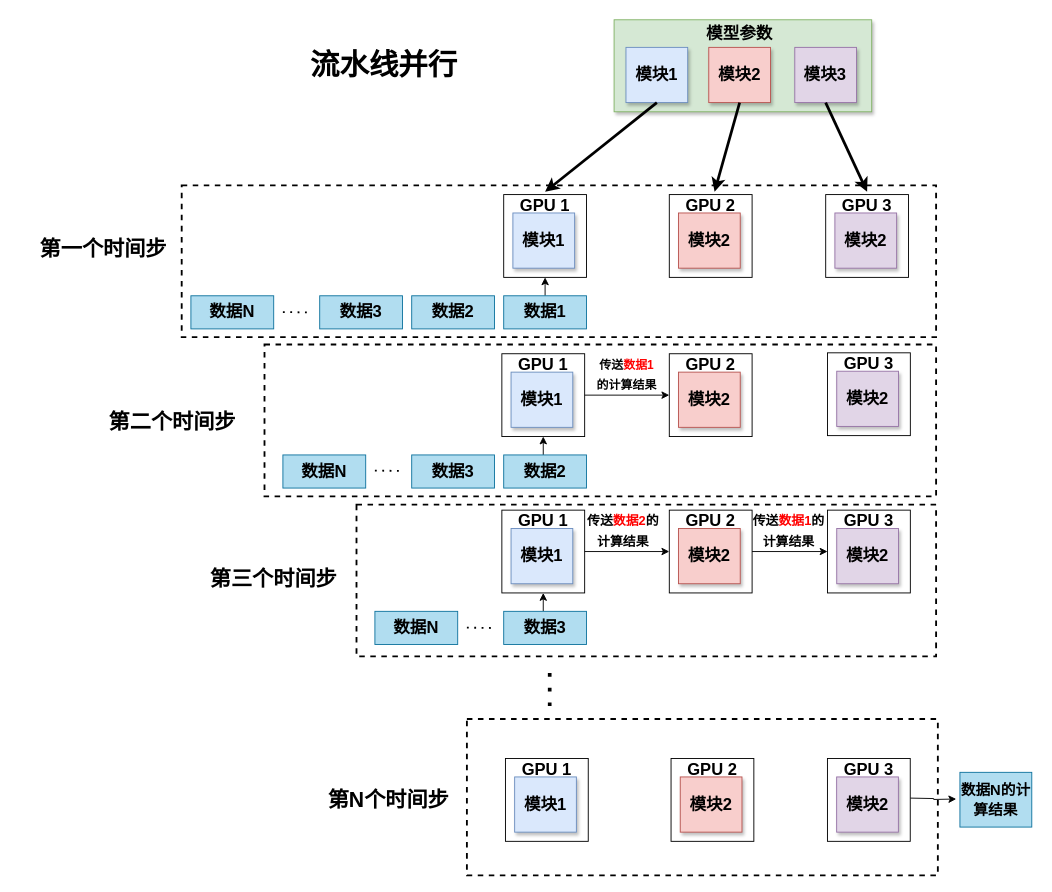
Before: assets/流水线并行.drawio in ShizhongP/dl-notes, a draw.io diagram. Source tidied: cells renumbered, new cells numbered last; positions are measured from the earlier drawing's top-left corner, leaving out a move shared by most shapes. Both pictures are drawn from the tidied source at 92%, with x=0, y=0 at pixel (16, 19).
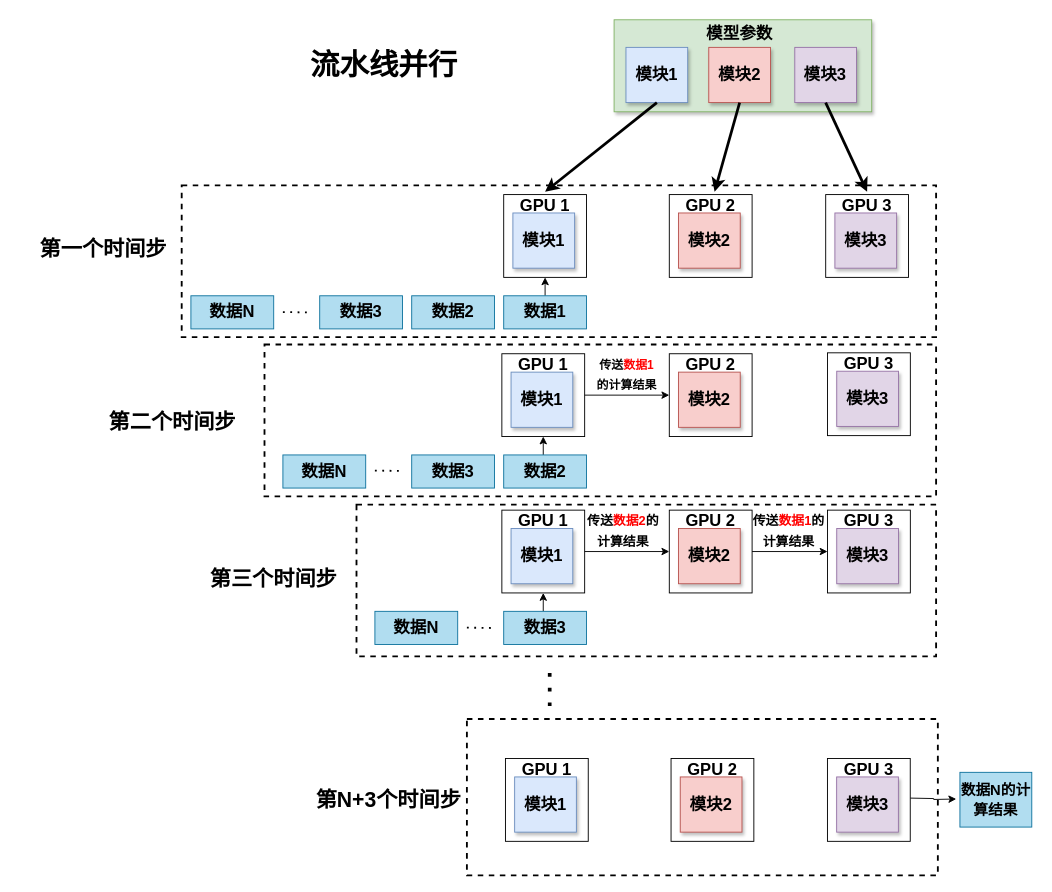
Above is the later version.

Commit message:
更新流水线并行.drawio

The change refers to these unchanged cells:
```xml
<mxCell id="24" style="group;fontSize=18;" parent="1" vertex="1">
  <mxGeometry x="880" y="187" width="90" height="93" as="geometry" />
</mxCell>
<mxCell id="40" style="group;fontSize=18;" parent="1" vertex="1">
  <mxGeometry x="882" y="359" width="90" height="93" as="geometry" />
</mxCell>
<mxCell id="58" style="group;fontSize=18;" parent="1" vertex="1">
  <mxGeometry x="882" y="530" width="90" height="93" as="geometry" />
</mxCell>
<mxCell id="81" style="group;fontSize=18;" parent="1" vertex="1">
  <mxGeometry x="881.9" y="800" width="90" height="93" as="geometry" />
</mxCell>
```

What changed in the source:
```diff
@@
-    <mxCell id="26" value="&lt;b&gt;模块2&lt;/b&gt;" style="rounded=0;whiteSpace=wrap;html=1;fillColor=#e1d5e7;strokeColor=#9673a6;shadow=1;fontSize=18;" parent="24" vertex="1">
+    <mxCell id="26" value="&lt;b&gt;模块3&lt;/b&gt;" style="rounded=0;whiteSpace=wrap;html=1;fillColor=#e1d5e7;strokeColor=#9673a6;shadow=1;fontSize=18;" parent="24" vertex="1">
       <mxGeometry x="10" y="23" width="67.1" height="60" as="geometry" />
     </mxCell>
@@
-    <mxCell id="42" value="&lt;b&gt;模块2&lt;/b&gt;" style="rounded=0;whiteSpace=wrap;html=1;fillColor=#e1d5e7;strokeColor=#9673a6;shadow=1;fontSize=18;" parent="40" vertex="1">
+    <mxCell id="42" value="&lt;b&gt;模块3&lt;/b&gt;" style="rounded=0;whiteSpace=wrap;html=1;fillColor=#e1d5e7;strokeColor=#9673a6;shadow=1;fontSize=18;" parent="40" vertex="1">
       <mxGeometry x="10" y="23" width="67.1" height="60" as="geometry" />
     </mxCell>
@@
-    <mxCell id="60" value="&lt;b&gt;模块2&lt;/b&gt;" style="rounded=0;whiteSpace=wrap;html=1;fillColor=#e1d5e7;strokeColor=#9673a6;shadow=1;fontSize=18;" parent="58" vertex="1">
+    <mxCell id="60" value="&lt;b&gt;模块3&lt;/b&gt;" style="rounded=0;whiteSpace=wrap;html=1;fillColor=#e1d5e7;strokeColor=#9673a6;shadow=1;fontSize=18;" parent="58" vertex="1">
       <mxGeometry x="10" y="23" width="67.1" height="60" as="geometry" />
     </mxCell>
@@
-    <mxCell id="84" value="&lt;b&gt;模块2&lt;/b&gt;" style="rounded=0;whiteSpace=wrap;html=1;fillColor=#e1d5e7;strokeColor=#9673a6;shadow=1;fontSize=18;" parent="81" vertex="1">
+    <mxCell id="84" value="&lt;b&gt;模块3&lt;/b&gt;" style="rounded=0;whiteSpace=wrap;html=1;fillColor=#e1d5e7;strokeColor=#9673a6;shadow=1;fontSize=18;" parent="81" vertex="1">
       <mxGeometry x="10" y="23" width="67.1" height="60" as="geometry" />
     </mxCell>
@@
-    <mxCell id="86" value="&lt;font&gt;&lt;b&gt;第N个时间步&lt;/b&gt;&lt;/font&gt;" style="text;html=1;align=center;verticalAlign=middle;whiteSpace=wrap;rounded=0;fontSize=23;" parent="1" vertex="1">
+    <mxCell id="86" value="&lt;font&gt;&lt;b&gt;第N+3个时间步&lt;/b&gt;&lt;/font&gt;" style="text;html=1;align=center;verticalAlign=middle;whiteSpace=wrap;rounded=0;fontSize=23;" parent="1" vertex="1">
       <mxGeometry x="310" y="832.8" width="190" height="30" as="geometry" />
     </mxCell>
```
